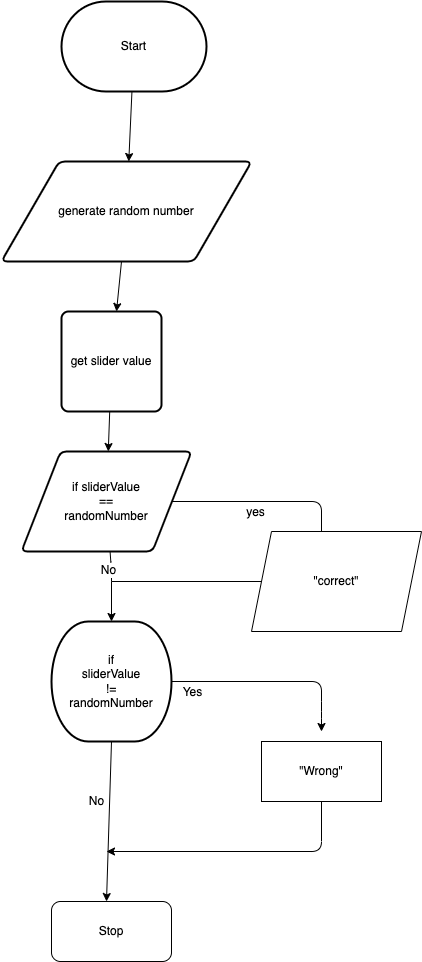
Earlier version of the draw.io export design/flow-chart.png (Allen-Li-hub/ICS2O-Unit5-07-HTML). Source tidied: cells renumbered, new cells last; positions are measured from the earlier drawing's top-left corner, leaving out a move shared by most shapes. Source of this version:
```xml
<mxGraphModel>
  <root>
    <mxCell id="0" />
    <mxCell id="1" parent="0" />
    <mxCell id="2" style="edgeStyle=none;html=1;" parent="1" edge="1" source="3" target="5">
      <mxGeometry relative="1" as="geometry" />
    </mxCell>
    <mxCell id="3" value="Start" style="strokeWidth=2;html=1;shape=mxgraph.flowchart.terminator;whiteSpace=wrap;" parent="1" vertex="1">
      <mxGeometry x="60" width="145" height="90" as="geometry" />
    </mxCell>
    <mxCell id="4" style="edgeStyle=none;html=1;" parent="1" edge="1" source="5" target="7">
      <mxGeometry relative="1" as="geometry" />
    </mxCell>
    <mxCell id="5" value="generate random number" style="shape=parallelogram;html=1;strokeWidth=2;perimeter=parallelogramPerimeter;whiteSpace=wrap;rounded=1;arcSize=12;size=0.23;" parent="1" vertex="1">
      <mxGeometry y="160" width="250" height="100" as="geometry" />
    </mxCell>
    <mxCell id="6" style="edgeStyle=none;html=1;" parent="1" edge="1" source="7" target="12">
      <mxGeometry relative="1" as="geometry" />
    </mxCell>
    <mxCell id="7" value="get slider value" style="rounded=1;whiteSpace=wrap;html=1;absoluteArcSize=1;arcSize=14;strokeWidth=2;" parent="1" vertex="1">
      <mxGeometry x="60" y="310" width="100" height="100" as="geometry" />
    </mxCell>
    <mxCell id="8" style="edgeStyle=none;html=1;" parent="1" edge="1" source="12" target="17">
      <mxGeometry relative="1" as="geometry">
        <Array as="points">
          <mxPoint x="110" y="570" />
        </Array>
      </mxGeometry>
    </mxCell>
    <mxCell id="9" value="No" style="edgeLabel;html=1;align=center;verticalAlign=middle;" parent="8" vertex="1">
      <mxGeometry x="-0.49" y="-3" relative="1" as="geometry" />
    </mxCell>
    <mxCell id="10" style="edgeStyle=none;html=1;" parent="1" edge="1" source="12">
      <mxGeometry relative="1" as="geometry">
        <mxPoint x="320" y="550" as="targetPoint" />
        <Array as="points">
          <mxPoint x="320" y="500" />
        </Array>
      </mxGeometry>
    </mxCell>
    <mxCell id="11" value="yes" style="edgeLabel;html=1;align=center;verticalAlign=middle;" parent="10" vertex="1">
      <mxGeometry x="0.46" relative="1" as="geometry">
        <mxPoint x="-63" y="10" as="offset" />
      </mxGeometry>
    </mxCell>
    <mxCell id="12" value="if sliderValue&lt;br&gt;==&lt;br&gt;randomNumber" style="shape=parallelogram;html=1;strokeWidth=2;perimeter=parallelogramPerimeter;whiteSpace=wrap;rounded=1;arcSize=12;size=0.23;" parent="1" vertex="1">
      <mxGeometry x="20" y="450" width="170" height="100" as="geometry" />
    </mxCell>
    <mxCell id="13" style="edgeStyle=none;html=1;exitX=1;exitY=0.5;exitDx=0;exitDy=0;exitPerimeter=0;" parent="1" edge="1" source="17">
      <mxGeometry relative="1" as="geometry">
        <mxPoint x="320" y="730" as="targetPoint" />
        <Array as="points">
          <mxPoint x="320" y="680" />
          <mxPoint x="320" y="710" />
        </Array>
      </mxGeometry>
    </mxCell>
    <mxCell id="14" value="Yes" style="edgeLabel;html=1;align=center;verticalAlign=middle;" parent="13" vertex="1">
      <mxGeometry x="-0.43" y="-1" relative="1" as="geometry">
        <mxPoint x="-37" y="9" as="offset" />
      </mxGeometry>
    </mxCell>
    <mxCell id="15" style="edgeStyle=none;html=1;exitX=0.5;exitY=1;exitDx=0;exitDy=0;exitPerimeter=0;" parent="1" edge="1" source="17">
      <mxGeometry relative="1" as="geometry">
        <mxPoint x="105" y="900" as="targetPoint" />
      </mxGeometry>
    </mxCell>
    <mxCell id="16" value="No" style="edgeLabel;html=1;align=center;verticalAlign=middle;" parent="15" vertex="1">
      <mxGeometry x="-0.43" relative="1" as="geometry">
        <mxPoint x="-14" y="14" as="offset" />
      </mxGeometry>
    </mxCell>
    <mxCell id="17" value="if&lt;br&gt;sliderValue&lt;br&gt;!=&lt;br&gt;randomNumber" style="strokeWidth=2;html=1;shape=mxgraph.flowchart.terminator;whiteSpace=wrap;" parent="1" vertex="1">
      <mxGeometry x="50" y="620" width="120" height="120" as="geometry" />
    </mxCell>
    <mxCell id="18" value="&quot;correct&quot;" style="shape=parallelogram;perimeter=parallelogramPerimeter;whiteSpace=wrap;html=1;fixedSize=1;" parent="1" vertex="1">
      <mxGeometry x="250" y="530" width="170" height="100" as="geometry" />
    </mxCell>
    <mxCell id="19" style="endArrow=none;html=1;entryX=0;entryY=0.5;entryDx=0;entryDy=0;" parent="1" edge="1" target="18">
      <mxGeometry relative="1" as="geometry">
        <mxPoint x="110" y="580" as="sourcePoint" />
      </mxGeometry>
    </mxCell>
    <mxCell id="20" style="edgeStyle=none;html=1;exitX=0.5;exitY=1;exitDx=0;exitDy=0;" parent="1" edge="1" source="21">
      <mxGeometry relative="1" as="geometry">
        <mxPoint x="105" y="850" as="targetPoint" />
        <Array as="points">
          <mxPoint x="320" y="850" />
        </Array>
      </mxGeometry>
    </mxCell>
    <mxCell id="21" value="&quot;Wrong&quot;" style="rounded=0;whiteSpace=wrap;html=1;" parent="1" vertex="1">
      <mxGeometry x="260" y="740" width="120" height="60" as="geometry" />
    </mxCell>
    <mxCell id="22" value="Stop" style="rounded=1;whiteSpace=wrap;html=1;" parent="1" vertex="1">
      <mxGeometry x="50" y="900" width="120" height="60" as="geometry" />
    </mxCell>
  </root>
</mxGraphModel>
```
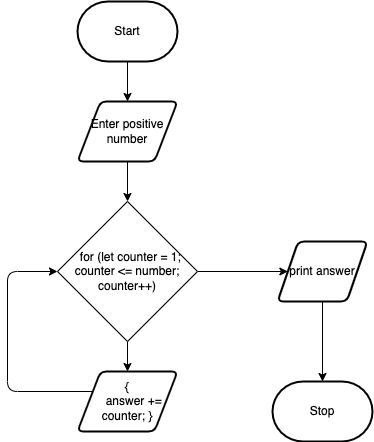
Above is the later version.

Diff of the diagram source:
```diff
@@ -6,94 +6,44 @@
       <mxGeometry relative="1" as="geometry" />
     </mxCell>
     <mxCell id="3" value="Start" style="strokeWidth=2;html=1;shape=mxgraph.flowchart.terminator;whiteSpace=wrap;" parent="1" vertex="1">
-      <mxGeometry x="60" width="145" height="90" as="geometry" />
+      <mxGeometry x="85" y="220" width="100" height="60" as="geometry" />
     </mxCell>
-    <mxCell id="4" style="edgeStyle=none;html=1;" parent="1" edge="1" source="5" target="7">
-      <mxGeometry relative="1" as="geometry" />
+    <mxCell id="4" style="edgeStyle=none;html=1;" parent="1" edge="1" source="5">
+      <mxGeometry relative="1" as="geometry">
+        <mxPoint x="135" y="420" as="targetPoint" />
+      </mxGeometry>
     </mxCell>
-    <mxCell id="5" value="generate random number" style="shape=parallelogram;html=1;strokeWidth=2;perimeter=parallelogramPerimeter;whiteSpace=wrap;rounded=1;arcSize=12;size=0.23;" parent="1" vertex="1">
-      <mxGeometry y="160" width="250" height="100" as="geometry" />
+    <mxCell id="5" value="Enter positive number" style="shape=parallelogram;html=1;strokeWidth=2;perimeter=parallelogramPerimeter;whiteSpace=wrap;rounded=1;arcSize=12;size=0.23;" parent="1" vertex="1">
+      <mxGeometry x="85" y="320" width="100" height="60" as="geometry" />
     </mxCell>
-    <mxCell id="6" style="edgeStyle=none;html=1;" parent="1" edge="1" source="7" target="12">
-      <mxGeometry relative="1" as="geometry" />
-    </mxCell>
-    <mxCell id="7" value="get slider value" style="rounded=1;whiteSpace=wrap;html=1;absoluteArcSize=1;arcSize=14;strokeWidth=2;" parent="1" vertex="1">
-      <mxGeometry x="60" y="310" width="100" height="100" as="geometry" />
-    </mxCell>
-    <mxCell id="8" style="edgeStyle=none;html=1;" parent="1" edge="1" source="12" target="17">
-      <mxGeometry relative="1" as="geometry">
-        <Array as="points">
-          <mxPoint x="110" y="570" />
-        </Array>
-      </mxGeometry>
-    </mxCell>
-    <mxCell id="9" value="No" style="edgeLabel;html=1;align=center;verticalAlign=middle;" parent="8" vertex="1">
-      <mxGeometry x="-0.49" y="-3" relative="1" as="geometry" />
-    </mxCell>
+    <mxCell id="23" style="edgeStyle=orthogonalEdgeStyle;html=1;entryX=0;entryY=0.5;entryDx=0;entryDy=0;" parent="1" edge="1" source="12" target="10">
+      <mxGeometry relative="1" as="geometry">
+        <Array as="points">
+          <mxPoint x="15" y="610" />
+          <mxPoint x="15" y="490" />
+        </Array>
+      </mxGeometry>
+    </mxCell>
+    <mxCell id="12" value="&lt;div&gt;{&lt;/div&gt;&lt;div&gt;&amp;nbsp; &amp;nbsp; answer += counter; }&lt;/div&gt;" style="shape=parallelogram;html=1;strokeWidth=2;perimeter=parallelogramPerimeter;whiteSpace=wrap;rounded=1;arcSize=12;size=0.23;" parent="1" vertex="1">
+      <mxGeometry x="85" y="590" width="100" height="60" as="geometry" />
+    </mxCell>
+    <mxCell id="17" value="Stop" style="strokeWidth=2;html=1;shape=mxgraph.flowchart.terminator;whiteSpace=wrap;" parent="1" vertex="1">
+      <mxGeometry x="280" y="600" width="100" height="60" as="geometry" />
+    </mxCell>
+    <mxCell id="11" style="edgeStyle=none;html=1;" parent="1" edge="1" source="10" target="12">
+      <mxGeometry relative="1" as="geometry" />
+    </mxCell>
+    <mxCell id="24" style="edgeStyle=orthogonalEdgeStyle;html=1;entryX=0;entryY=0.5;entryDx=0;entryDy=0;" parent="1" edge="1" source="10" target="26">
+      <mxGeometry relative="1" as="geometry" />
+    </mxCell>
-    <mxCell id="10" style="edgeStyle=none;html=1;" parent="1" edge="1" source="12">
-      <mxGeometry relative="1" as="geometry">
-        <mxPoint x="320" y="550" as="targetPoint" />
-        <Array as="points">
-          <mxPoint x="320" y="500" />
-        </Array>
-      </mxGeometry>
+    <mxCell id="10" value="&amp;nbsp; for (let counter = 1; counter &amp;lt;= number; counter++)" style="rhombus;whiteSpace=wrap;html=1;" parent="1" vertex="1">
+      <mxGeometry x="65" y="420" width="140" height="140" as="geometry" />
     </mxCell>
-    <mxCell id="11" value="yes" style="edgeLabel;html=1;align=center;verticalAlign=middle;" parent="10" vertex="1">
-      <mxGeometry x="0.46" relative="1" as="geometry">
-        <mxPoint x="-63" y="10" as="offset" />
-      </mxGeometry>
-    </mxCell>
-    <mxCell id="12" value="if sliderValue&lt;br&gt;==&lt;br&gt;randomNumber" style="shape=parallelogram;html=1;strokeWidth=2;perimeter=parallelogramPerimeter;whiteSpace=wrap;rounded=1;arcSize=12;size=0.23;" parent="1" vertex="1">
-      <mxGeometry x="20" y="450" width="170" height="100" as="geometry" />
-    </mxCell>
-    <mxCell id="13" style="edgeStyle=none;html=1;exitX=1;exitY=0.5;exitDx=0;exitDy=0;exitPerimeter=0;" parent="1" edge="1" source="17">
-      <mxGeometry relative="1" as="geometry">
-        <mxPoint x="320" y="730" as="targetPoint" />
-        <Array as="points">
-          <mxPoint x="320" y="680" />
-          <mxPoint x="320" y="710" />
-        </Array>
-      </mxGeometry>
-    </mxCell>
-    <mxCell id="14" value="Yes" style="edgeLabel;html=1;align=center;verticalAlign=middle;" parent="13" vertex="1">
-      <mxGeometry x="-0.43" y="-1" relative="1" as="geometry">
-        <mxPoint x="-37" y="9" as="offset" />
-      </mxGeometry>
-    </mxCell>
-    <mxCell id="15" style="edgeStyle=none;html=1;exitX=0.5;exitY=1;exitDx=0;exitDy=0;exitPerimeter=0;" parent="1" edge="1" source="17">
-      <mxGeometry relative="1" as="geometry">
-        <mxPoint x="105" y="900" as="targetPoint" />
-      </mxGeometry>
-    </mxCell>
-    <mxCell id="16" value="No" style="edgeLabel;html=1;align=center;verticalAlign=middle;" parent="15" vertex="1">
-      <mxGeometry x="-0.43" relative="1" as="geometry">
-        <mxPoint x="-14" y="14" as="offset" />
-      </mxGeometry>
-    </mxCell>
-    <mxCell id="17" value="if&lt;br&gt;sliderValue&lt;br&gt;!=&lt;br&gt;randomNumber" style="strokeWidth=2;html=1;shape=mxgraph.flowchart.terminator;whiteSpace=wrap;" parent="1" vertex="1">
-      <mxGeometry x="50" y="620" width="120" height="120" as="geometry" />
-    </mxCell>
-    <mxCell id="18" value="&quot;correct&quot;" style="shape=parallelogram;perimeter=parallelogramPerimeter;whiteSpace=wrap;html=1;fixedSize=1;" parent="1" vertex="1">
-      <mxGeometry x="250" y="530" width="170" height="100" as="geometry" />
-    </mxCell>
-    <mxCell id="19" style="endArrow=none;html=1;entryX=0;entryY=0.5;entryDx=0;entryDy=0;" parent="1" edge="1" target="18">
-      <mxGeometry relative="1" as="geometry">
-        <mxPoint x="110" y="580" as="sourcePoint" />
-      </mxGeometry>
-    </mxCell>
-    <mxCell id="20" style="edgeStyle=none;html=1;exitX=0.5;exitY=1;exitDx=0;exitDy=0;" parent="1" edge="1" source="21">
-      <mxGeometry relative="1" as="geometry">
-        <mxPoint x="105" y="850" as="targetPoint" />
-        <Array as="points">
-          <mxPoint x="320" y="850" />
-        </Array>
-      </mxGeometry>
-    </mxCell>
-    <mxCell id="21" value="&quot;Wrong&quot;" style="rounded=0;whiteSpace=wrap;html=1;" parent="1" vertex="1">
-      <mxGeometry x="260" y="740" width="120" height="60" as="geometry" />
-    </mxCell>
-    <mxCell id="22" value="Stop" style="rounded=1;whiteSpace=wrap;html=1;" parent="1" vertex="1">
-      <mxGeometry x="50" y="900" width="120" height="60" as="geometry" />
-    </mxCell>
+    <mxCell id="25" style="edgeStyle=orthogonalEdgeStyle;html=1;entryX=0.5;entryY=0;entryDx=0;entryDy=0;entryPerimeter=0;" parent="1" edge="1" source="26" target="17">
+      <mxGeometry relative="1" as="geometry" />
+    </mxCell>
+    <mxCell id="26" value="&lt;div&gt;print answer&lt;/div&gt;" style="shape=parallelogram;html=1;strokeWidth=2;perimeter=parallelogramPerimeter;whiteSpace=wrap;rounded=1;arcSize=12;size=0.23;" parent="1" vertex="1">
+      <mxGeometry x="285" y="460" width="90" height="60" as="geometry" />
+    </mxCell>
   </root>
 </mxGraphModel>
```
